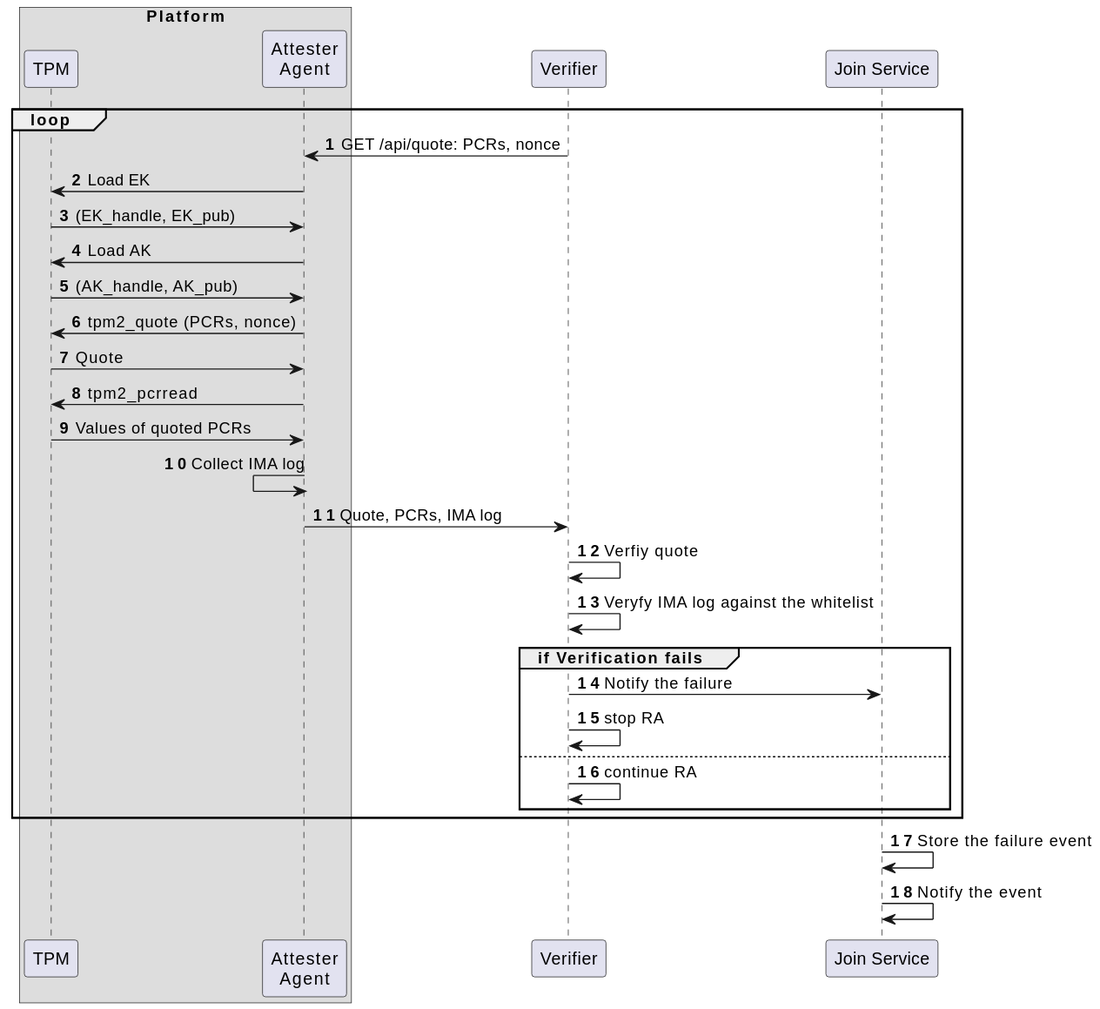
Earlier version of the PlantUML export docs/protocols/remote_attestation.svg (Cybersecurity-LINKS/embrave).
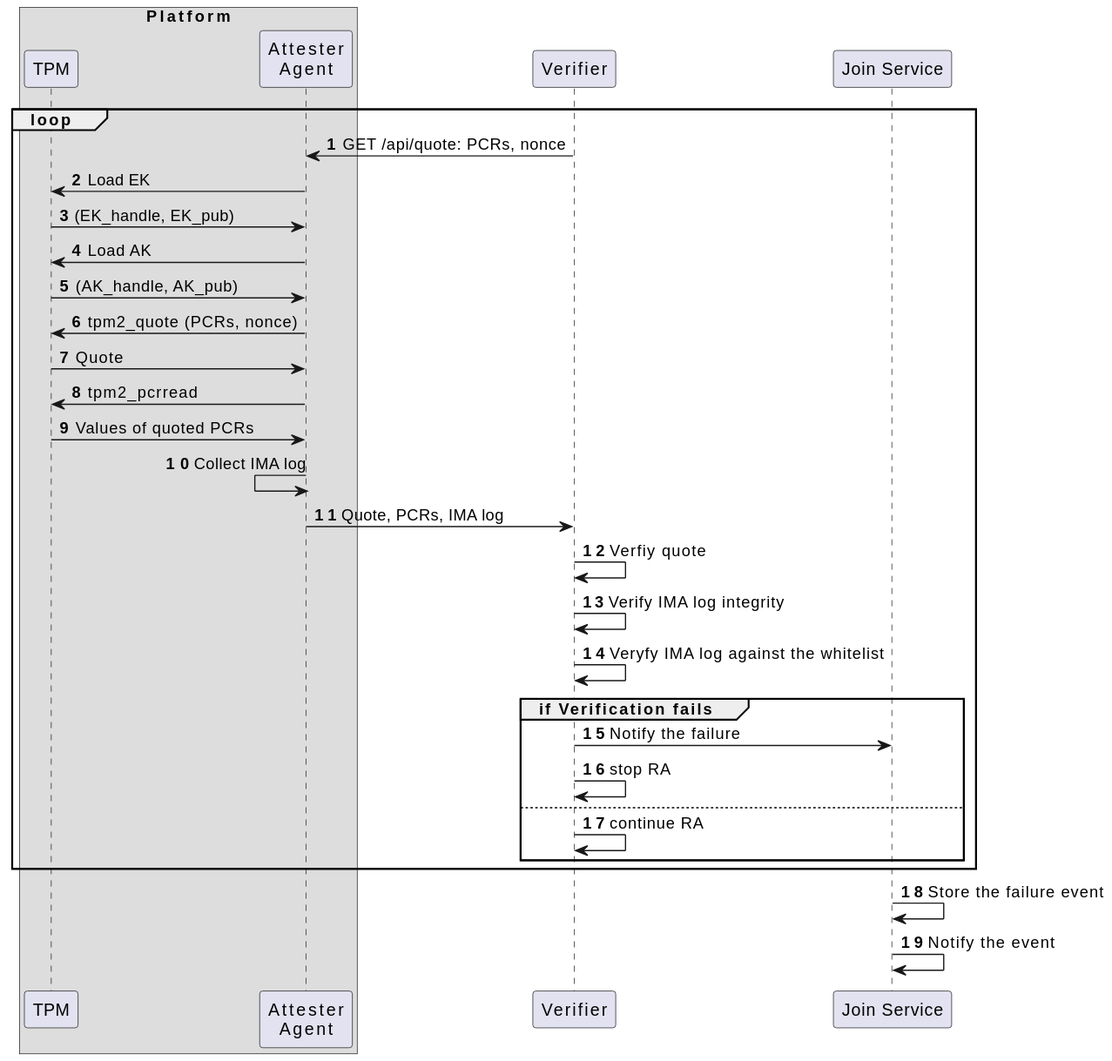
After the change.

Commit message:
docs: modifed ra procedure diagram

Change to the diagram source:
```diff
@@ -22,6 +22,7 @@
 attester_agent<-attester_agent: Collect IMA log
 attester_agent->verifier: Quote, PCRs, IMA log
 verifier->verifier: Verfiy quote
+verifier->verifier: Verify IMA log integrity
 verifier->verifier: Veryfy IMA log against the whitelist
 group if Verification fails
   verifier -> join_service: Notify the failure
```
